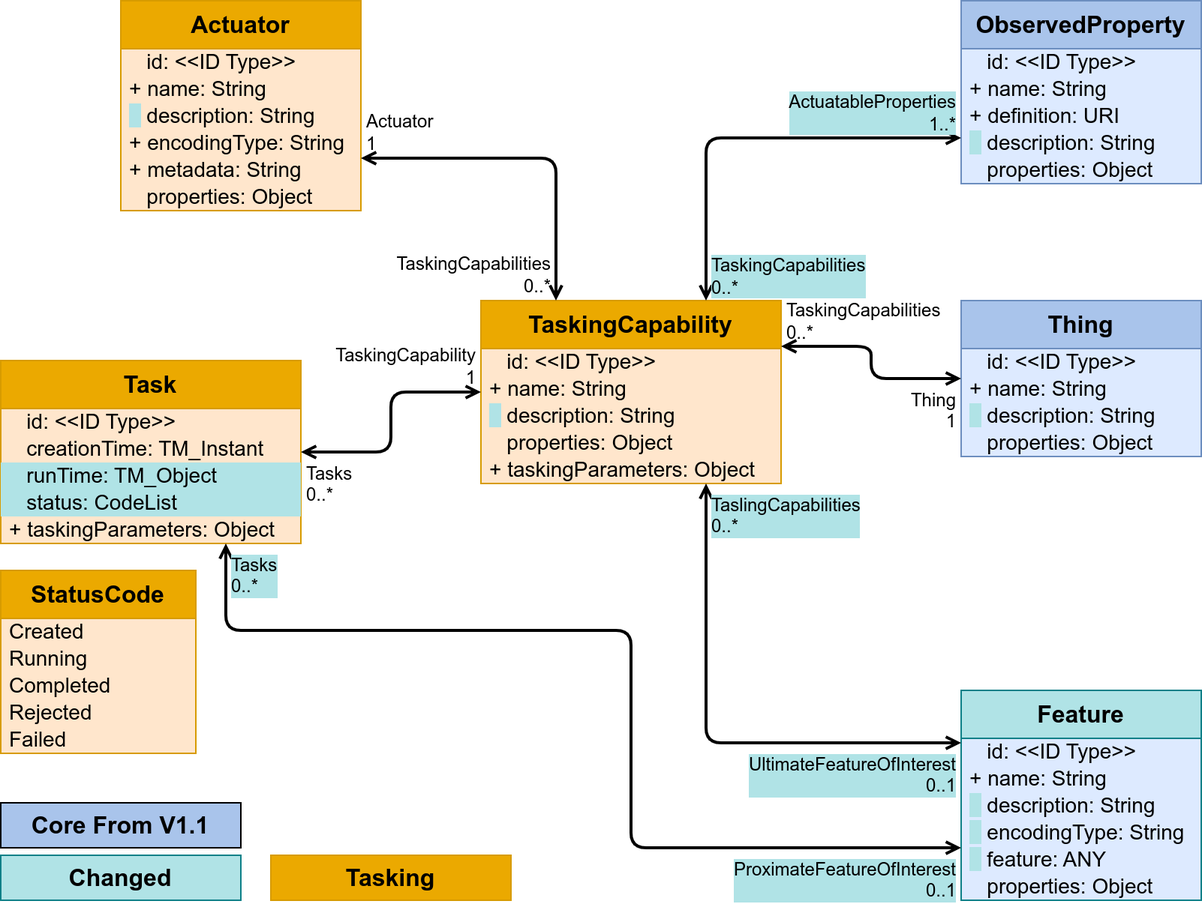
Above: figures/Datamodel-SensorThingsApi-V2-proposal-1-Tasking.drawio.png in opengeospatial/sensorthings (draw.io), before the change. Source tidied: cells renumbered, new cells last; positions are measured from the earlier drawing's top-left corner, leaving out a move shared by most shapes.
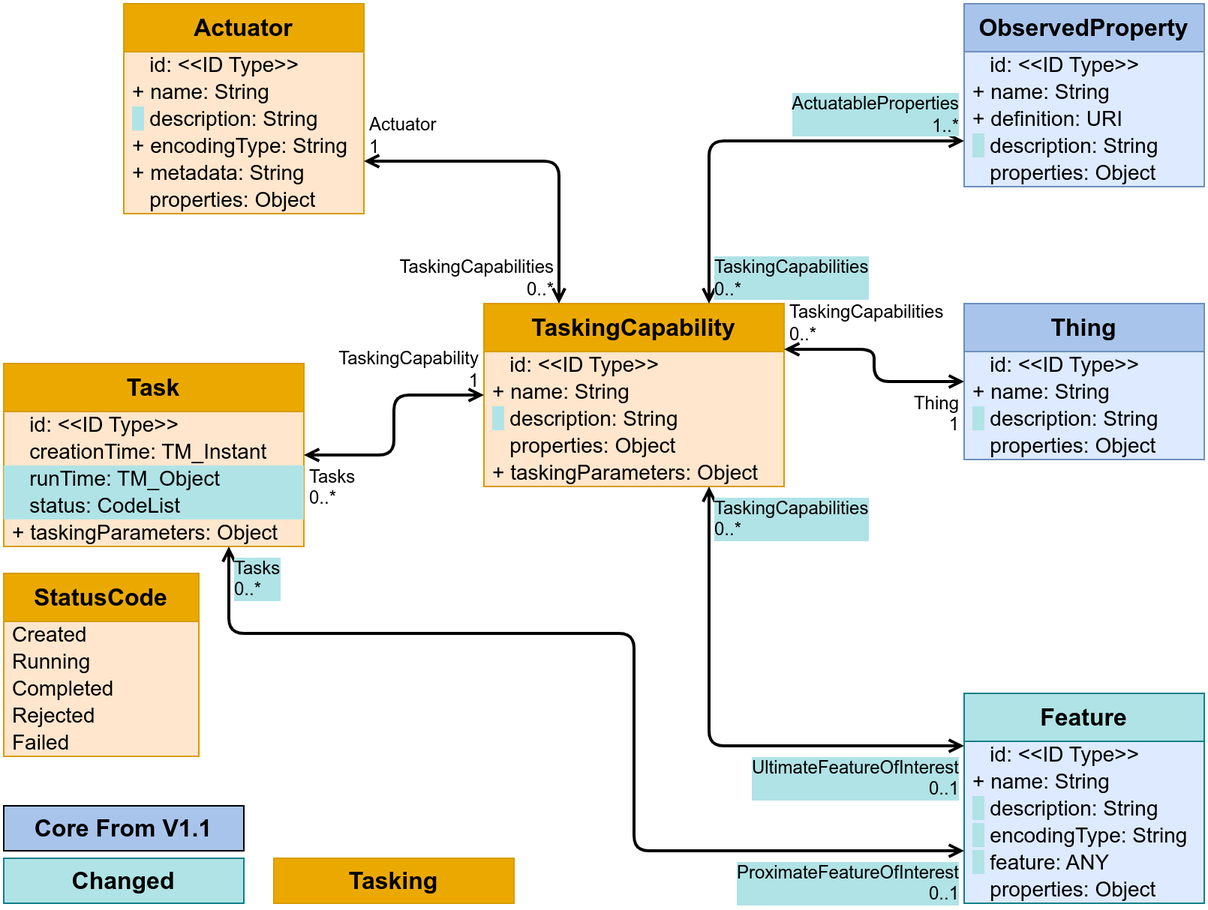
The same file after the commit.

The edit, as a diff of the source:
```diff
@@ -161,7 +161,7 @@
     <mxCell id="54" value="UltimateFeatureOfInterest&lt;br&gt;0..1" style="edgeLabel;html=1;align=right;verticalAlign=top;labelBackgroundColor=#B0E3E6;fontSize=12;spacingLeft=1;spacing=3;spacingRight=2;" parent="53" vertex="1">
       <mxGeometry x="-1" relative="1" as="geometry" />
     </mxCell>
-    <mxCell id="55" value="TaslingCapabilities&lt;br&gt;0..*" style="edgeLabel;html=1;align=left;verticalAlign=top;labelBackgroundColor=#B0E3E6;fontSize=12;spacingLeft=1;spacing=3;spacingRight=2;" parent="53" vertex="1">
+    <mxCell id="55" value="TaskingCapabilities&lt;br&gt;0..*" style="edgeLabel;html=1;align=left;verticalAlign=top;labelBackgroundColor=#B0E3E6;fontSize=12;spacingLeft=1;spacing=3;spacingRight=2;" parent="53" vertex="1">
       <mxGeometry x="1" relative="1" as="geometry" />
     </mxCell>
     <mxCell id="56" style="endArrow=open;startArrow=open;html=1;rounded=1;edgeStyle=orthogonalEdgeStyle;entryX=0;entryY=0.75;entryDx=0;entryDy=0;curved=0;exitX=0.75;exitY=1;exitDx=0;exitDy=0;strokeWidth=2;startFill=0;endFill=0;" parent="1" edge="1" source="29" target="2">
```
